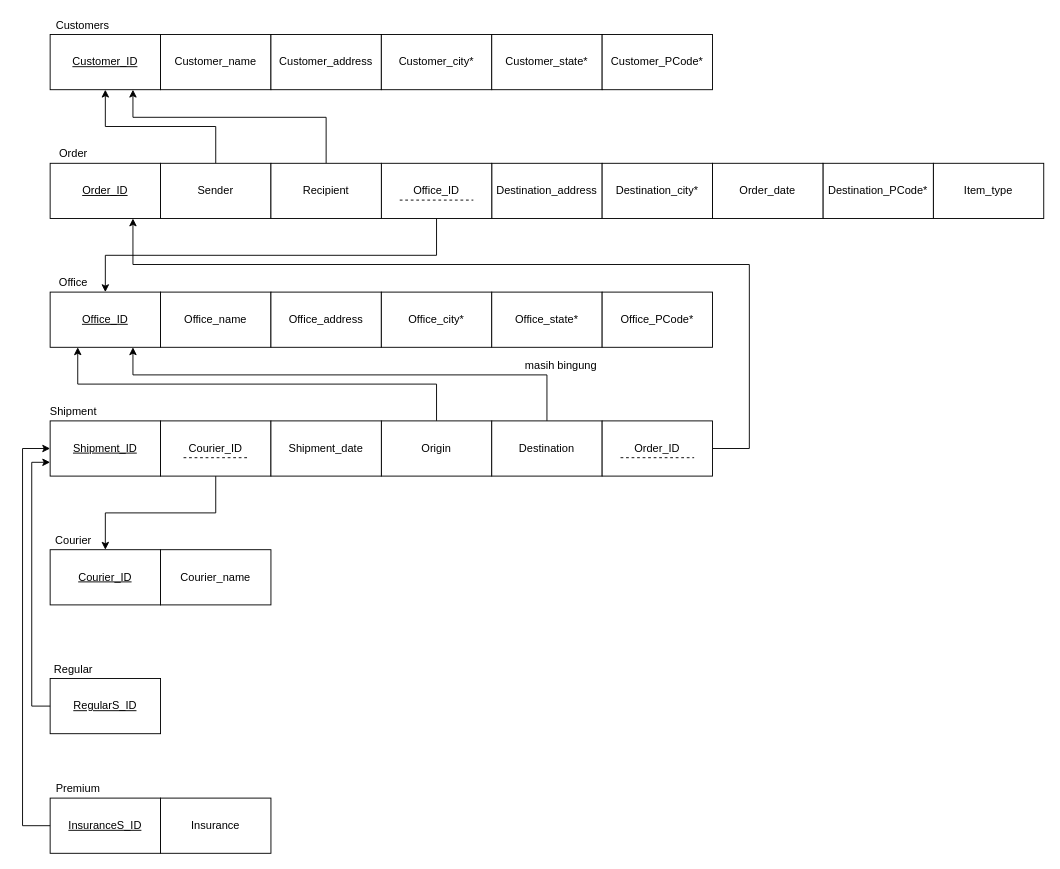
Before: page "Normalisasi" (2 of 2) of ERD/ERD_Norm.drawio in jeki-z/dripship, a draw.io diagram. Source tidied: cells renumbered, new cells numbered last; positions are measured from the earlier drawing's top-left corner, leaving out a move shared by most shapes. Both pictures are drawn from the tidied source at 92%, with x=0, y=0 at pixel (22, 16).
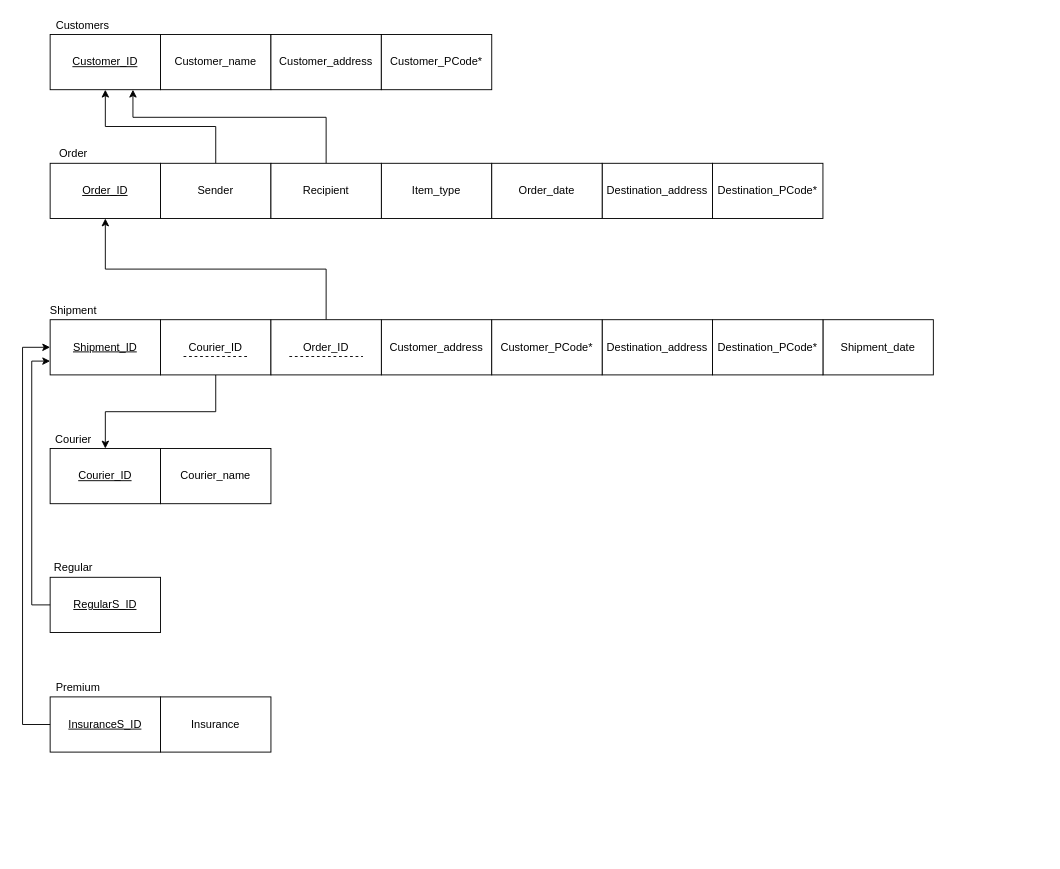
Above is the later version.

The change refers to these unchanged cells:
```xml
<mxCell id="10" value="&lt;u&gt;Order_ID&lt;/u&gt;" style="rounded=0;whiteSpace=wrap;html=1;" parent="1" vertex="1">
  <mxGeometry x="30" y="160" width="120" height="60" as="geometry" />
</mxCell>
```

Change to the diagram source:
```diff
@@
-    <mxCell id="6" value="Customer_city*" style="rounded=0;whiteSpace=wrap;html=1;" parent="1" vertex="1">
-      <mxGeometry x="390" y="20" width="120" height="60" as="geometry" />
-    </mxCell>
-    <mxCell id="7" value="Customer_state*" style="rounded=0;whiteSpace=wrap;html=1;" parent="1" vertex="1">
-      <mxGeometry x="510" y="20" width="120" height="60" as="geometry" />
-    </mxCell>
     <mxCell id="8" value="Customer_PCode*" style="rounded=0;whiteSpace=wrap;html=1;" parent="1" vertex="1">
-      <mxGeometry x="630" y="20" width="120" height="60" as="geometry" />
+      <mxGeometry x="390" y="20" width="120" height="60" as="geometry" />
     </mxCell>
@@
     <mxCell id="11" value="Destination_address" style="rounded=0;whiteSpace=wrap;html=1;" parent="1" vertex="1">
-      <mxGeometry x="510" y="160" width="120" height="60" as="geometry" />
+      <mxGeometry x="630" y="160" width="120" height="60" as="geometry" />
     </mxCell>
     <mxCell id="12" value="Item_type" style="rounded=0;whiteSpace=wrap;html=1;" parent="1" vertex="1">
-      <mxGeometry x="990" y="160" width="120" height="60" as="geometry" />
+      <mxGeometry x="390" y="160" width="120" height="60" as="geometry" />
     </mxCell>
-    <mxCell id="13" style="edgeStyle=orthogonalEdgeStyle;rounded=0;jettySize=auto;html=1;exitX=0.5;exitY=1;exitDx=0;exitDy=0;" parent="1" edge="1" source="14" target="23">
-      <mxGeometry relative="1" as="geometry" />
-    </mxCell>
-    <mxCell id="14" value="Office_ID" style="rounded=0;whiteSpace=wrap;html=1;" parent="1" vertex="1">
-      <mxGeometry x="390" y="160" width="120" height="60" as="geometry" />
-    </mxCell>
@@
-    <mxCell id="17" value="Destination_city*" style="rounded=0;whiteSpace=wrap;html=1;" parent="1" vertex="1">
-      <mxGeometry x="630" y="160" width="120" height="60" as="geometry" />
-    </mxCell>
     <mxCell id="18" value="Destination_PCode*" style="rounded=0;whiteSpace=wrap;html=1;" parent="1" vertex="1">
-      <mxGeometry x="870" y="160" width="120" height="60" as="geometry" />
+      <mxGeometry x="750" y="160" width="120" height="60" as="geometry" />
     </mxCell>
     <mxCell id="19" value="Order_date" style="rounded=0;whiteSpace=wrap;html=1;" parent="1" vertex="1">
-      <mxGeometry x="750" y="160" width="120" height="60" as="geometry" />
+      <mxGeometry x="510" y="160" width="120" height="60" as="geometry" />
     </mxCell>
@@
-    <mxCell id="22" style="endArrow=none;dashed=1;html=1;rounded=0;" parent="1" edge="1">
-      <mxGeometry relative="1" as="geometry">
-        <mxPoint x="410" y="200" as="sourcePoint" />
-        <mxPoint x="490" y="200" as="targetPoint" />
-      </mxGeometry>
-    </mxCell>
-    <mxCell id="23" value="&lt;u&gt;Office_ID&lt;/u&gt;" style="rounded=0;whiteSpace=wrap;html=1;" parent="1" vertex="1">
-      <mxGeometry x="30" y="300" width="120" height="60" as="geometry" />
-    </mxCell>
-    <mxCell id="24" value="Office" style="text;html=1;align=center;verticalAlign=middle;strokeColor=none;fillColor=none;" parent="1" vertex="1">
-      <mxGeometry x="30" y="280" width="50" height="20" as="geometry" />
-    </mxCell>
-    <mxCell id="25" value="Office_name" style="rounded=0;whiteSpace=wrap;html=1;" parent="1" vertex="1">
-      <mxGeometry x="150" y="300" width="120" height="60" as="geometry" />
-    </mxCell>
-    <mxCell id="26" value="Office_address" style="rounded=0;whiteSpace=wrap;html=1;" parent="1" vertex="1">
-      <mxGeometry x="270" y="300" width="120" height="60" as="geometry" />
-    </mxCell>
-    <mxCell id="27" value="Office_city*" style="rounded=0;whiteSpace=wrap;html=1;" parent="1" vertex="1">
-      <mxGeometry x="390" y="300" width="120" height="60" as="geometry" />
-    </mxCell>
-    <mxCell id="28" value="Office_state*" style="rounded=0;whiteSpace=wrap;html=1;" parent="1" vertex="1">
-      <mxGeometry x="510" y="300" width="120" height="60" as="geometry" />
-    </mxCell>
-    <mxCell id="29" value="Office_PCode*" style="rounded=0;whiteSpace=wrap;html=1;" parent="1" vertex="1">
-      <mxGeometry x="630" y="300" width="120" height="60" as="geometry" />
-    </mxCell>
     <mxCell id="30" value="&lt;u&gt;Courier_ID&lt;/u&gt;" style="rounded=0;whiteSpace=wrap;html=1;" parent="1" vertex="1">
-      <mxGeometry x="30" y="580" width="120" height="60" as="geometry" />
+      <mxGeometry x="30" y="470" width="120" height="60" as="geometry" />
     </mxCell>
     <mxCell id="31" value="Courier" style="text;html=1;align=center;verticalAlign=middle;strokeColor=none;fillColor=none;" parent="1" vertex="1">
-      <mxGeometry x="30" y="560" width="50" height="20" as="geometry" />
+      <mxGeometry x="30" y="450" width="50" height="20" as="geometry" />
     </mxCell>
     <mxCell id="32" value="&lt;u&gt;Shipment_ID&lt;/u&gt;" style="rounded=0;whiteSpace=wrap;html=1;" parent="1" vertex="1">
-      <mxGeometry x="30" y="440" width="120" height="60" as="geometry" />
+      <mxGeometry x="30" y="330" width="120" height="60" as="geometry" />
     </mxCell>
     <mxCell id="33" value="Shipment" style="text;html=1;align=center;verticalAlign=middle;strokeColor=none;fillColor=none;" parent="1" vertex="1">
-      <mxGeometry x="20" y="420" width="70" height="20" as="geometry" />
+      <mxGeometry x="20" y="310" width="70" height="20" as="geometry" />
     </mxCell>
@@
     <mxCell id="35" value="Courier_ID" style="rounded=0;whiteSpace=wrap;html=1;" parent="1" vertex="1">
-      <mxGeometry x="150" y="440" width="120" height="60" as="geometry" />
+      <mxGeometry x="150" y="330" width="120" height="60" as="geometry" />
     </mxCell>
-    <mxCell id="36" style="edgeStyle=orthogonalEdgeStyle;rounded=0;jettySize=auto;html=1;exitX=0.5;exitY=0;exitDx=0;exitDy=0;entryX=0.25;entryY=1;entryDx=0;entryDy=0;" parent="1" edge="1" source="37" target="23">
-      <mxGeometry relative="1" as="geometry" />
-    </mxCell>
-    <mxCell id="37" value="Origin" style="rounded=0;whiteSpace=wrap;html=1;" parent="1" vertex="1">
-      <mxGeometry x="390" y="440" width="120" height="60" as="geometry" />
+    <mxCell id="37" value="Customer_address" style="rounded=0;whiteSpace=wrap;html=1;" parent="1" vertex="1">
+      <mxGeometry x="390" y="330" width="120" height="60" as="geometry" />
     </mxCell>
     <mxCell id="38" value="Shipment_date" style="rounded=0;whiteSpace=wrap;html=1;" parent="1" vertex="1">
-      <mxGeometry x="270" y="440" width="120" height="60" as="geometry" />
+      <mxGeometry x="870" y="330" width="120" height="60" as="geometry" />
     </mxCell>
-    <mxCell id="39" style="edgeStyle=orthogonalEdgeStyle;rounded=0;jettySize=auto;html=1;exitX=0.5;exitY=0;exitDx=0;exitDy=0;entryX=0.75;entryY=1;entryDx=0;entryDy=0;" parent="1" edge="1" source="40" target="23">
-      <mxGeometry relative="1" as="geometry">
-        <Array as="points">
-          <mxPoint x="570" y="390" />
-          <mxPoint x="120" y="390" />
-        </Array>
-      </mxGeometry>
-    </mxCell>
-    <mxCell id="40" value="Destination" style="rounded=0;whiteSpace=wrap;html=1;" parent="1" vertex="1">
-      <mxGeometry x="510" y="440" width="120" height="60" as="geometry" />
+    <mxCell id="40" value="Destination_address" style="rounded=0;whiteSpace=wrap;html=1;" parent="1" vertex="1">
+      <mxGeometry x="630" y="330" width="120" height="60" as="geometry" />
     </mxCell>
     <mxCell id="41" value="&lt;u&gt;RegularS_ID&lt;/u&gt;" style="rounded=0;whiteSpace=wrap;html=1;" parent="1" vertex="1">
-      <mxGeometry x="30" y="720" width="120" height="60" as="geometry" />
+      <mxGeometry x="30" y="610" width="120" height="60" as="geometry" />
     </mxCell>
     <mxCell id="42" value="Regular" style="text;html=1;align=center;verticalAlign=middle;strokeColor=none;fillColor=none;" parent="1" vertex="1">
-      <mxGeometry x="25" y="700" width="60" height="20" as="geometry" />
+      <mxGeometry x="25" y="590" width="60" height="20" as="geometry" />
     </mxCell>
     <mxCell id="43" value="&lt;u&gt;InsuranceS_ID&lt;/u&gt;" style="rounded=0;whiteSpace=wrap;html=1;" parent="1" vertex="1">
-      <mxGeometry x="30" y="850" width="120" height="60" as="geometry" />
+      <mxGeometry x="30" y="740" width="120" height="60" as="geometry" />
     </mxCell>
     <mxCell id="44" value="Insurance" style="rounded=0;whiteSpace=wrap;html=1;" parent="1" vertex="1">
-      <mxGeometry x="150" y="850" width="120" height="60" as="geometry" />
+      <mxGeometry x="150" y="740" width="120" height="60" as="geometry" />
     </mxCell>
     <mxCell id="45" value="Premium" style="text;html=1;align=center;verticalAlign=middle;strokeColor=none;fillColor=none;" parent="1" vertex="1">
-      <mxGeometry x="30" y="830" width="60" height="20" as="geometry" />
+      <mxGeometry x="30" y="720" width="60" height="20" as="geometry" />
     </mxCell>
     <mxCell id="46" style="endArrow=classic;html=1;rounded=0;exitX=0;exitY=0.5;exitDx=0;exitDy=0;entryX=0;entryY=0.5;entryDx=0;entryDy=0;" parent="1" edge="1" source="43" target="32">
       <mxGeometry relative="1" as="geometry">
         <Array as="points">
-          <mxPoint y="880" />
-          <mxPoint y="470" />
+          <mxPoint y="770" />
+          <mxPoint y="360" />
         </Array>
       </mxGeometry>
     </mxCell>
     <mxCell id="47" style="endArrow=classic;html=1;rounded=0;exitX=0;exitY=0.5;exitDx=0;exitDy=0;entryX=0;entryY=0.75;entryDx=0;entryDy=0;" parent="1" edge="1" source="41" target="32">
       <mxGeometry relative="1" as="geometry">
         <Array as="points">
-          <mxPoint x="10" y="750" />
-          <mxPoint x="10" y="485" />
+          <mxPoint x="10" y="640" />
+          <mxPoint x="10" y="375" />
         </Array>
       </mxGeometry>
     </mxCell>
     <mxCell id="48" value="Courier_name" style="rounded=0;whiteSpace=wrap;html=1;" parent="1" vertex="1">
-      <mxGeometry x="150" y="580" width="120" height="60" as="geometry" />
+      <mxGeometry x="150" y="470" width="120" height="60" as="geometry" />
     </mxCell>
     <mxCell id="49" style="endArrow=none;dashed=1;html=1;rounded=0;" parent="1" edge="1">
       <mxGeometry relative="1" as="geometry">
-        <mxPoint x="175" y="480" as="sourcePoint" />
-        <mxPoint x="245" y="480" as="targetPoint" />
+        <mxPoint x="175" y="370" as="sourcePoint" />
+        <mxPoint x="245" y="370" as="targetPoint" />
       </mxGeometry>
     </mxCell>
-    <mxCell id="50" value="masih bingung" style="text;html=1;align=center;verticalAlign=middle;strokeColor=none;fillColor=none;" parent="1" vertex="1">
-      <mxGeometry x="540" y="370" width="90" height="20" as="geometry" />
-    </mxCell>
-    <mxCell id="51" style="edgeStyle=orthogonalEdgeStyle;rounded=0;jettySize=auto;html=1;exitX=1;exitY=0.5;exitDx=0;exitDy=0;" parent="1" edge="1" source="52" target="10">
-      <mxGeometry relative="1" as="geometry">
-        <Array as="points">
-          <mxPoint x="790" y="470" />
-          <mxPoint x="790" y="270" />
-          <mxPoint x="120" y="270" />
-        </Array>
-      </mxGeometry>
+    <mxCell id="51" style="edgeStyle=orthogonalEdgeStyle;rounded=0;jettySize=auto;html=1;exitX=0.5;exitY=0;exitDx=0;exitDy=0;entryX=0.5;entryY=1;entryDx=0;entryDy=0;" parent="1" edge="1" source="52" target="10">
+      <mxGeometry relative="1" as="geometry" />
     </mxCell>
     <mxCell id="52" value="Order_ID" style="rounded=0;whiteSpace=wrap;html=1;" parent="1" vertex="1">
-      <mxGeometry x="630" y="440" width="120" height="60" as="geometry" />
+      <mxGeometry x="270" y="330" width="120" height="60" as="geometry" />
     </mxCell>
     <mxCell id="53" style="endArrow=none;dashed=1;html=1;rounded=0;" parent="1" edge="1">
       <mxGeometry relative="1" as="geometry">
-        <mxPoint x="650" y="480" as="sourcePoint" />
-        <mxPoint x="730" y="480" as="targetPoint" />
+        <mxPoint x="290" y="370" as="sourcePoint" />
+        <mxPoint x="370" y="370" as="targetPoint" />
       </mxGeometry>
     </mxCell>
+    <mxCell id="54" value="Customer_PCode*" style="rounded=0;whiteSpace=wrap;html=1;" parent="1" vertex="1">
+      <mxGeometry x="510" y="330" width="120" height="60" as="geometry" />
+    </mxCell>
+    <mxCell id="55" value="Destination_PCode*" style="rounded=0;whiteSpace=wrap;html=1;" parent="1" vertex="1">
+      <mxGeometry x="750" y="330" width="120" height="60" as="geometry" />
+    </mxCell>
```
